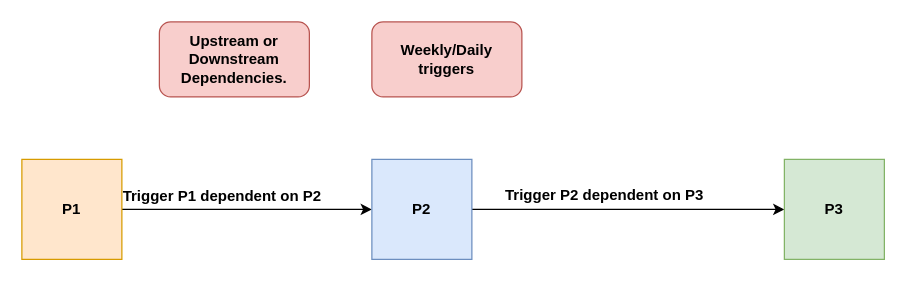
Above: Untitled Diagram.drawio in makhan7/Draw-workflows (draw.io), before the change. Source tidied: cells renumbered, new cells numbered last; positions are measured from the earlier drawing's top-left corner, leaving out a move shared by most shapes. Both pictures are drawn from the tidied source at 125%, with x=0, y=0 at pixel (21, 21).
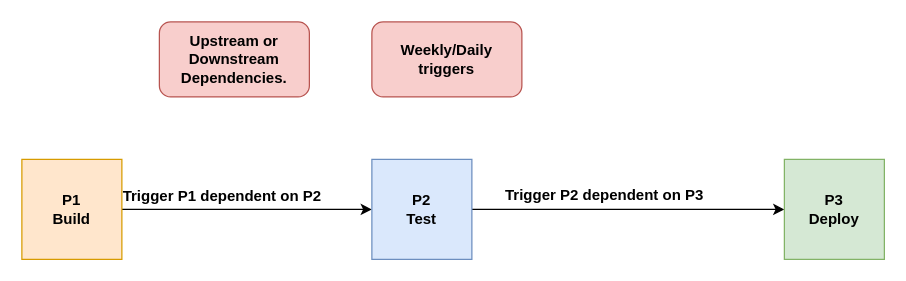
After the change.

What changed in the source:
```diff
@@
 <mxGraphModel>
   <root>
     <mxCell id="0" />
     <mxCell id="1" parent="0" />
     <mxCell id="2" style="edgeStyle=orthogonalEdgeStyle;rounded=0;jettySize=auto;html=1;exitX=1;exitY=0.5;exitDx=0;exitDy=0;entryX=0;entryY=0.5;entryDx=0;entryDy=0;fontStyle=1;" parent="1" edge="1" source="3" target="5">
       <mxGeometry relative="1" as="geometry" />
     </mxCell>
-    <mxCell id="3" value="P1" style="whiteSpace=wrap;html=1;fillColor=#ffe6cc;strokeColor=#d79b00;fontStyle=1;" parent="1" vertex="1">
+    <mxCell id="3" value="&lt;div&gt;P1&lt;/div&gt;&lt;div&gt;Build&lt;br&gt;&lt;/div&gt;" style="whiteSpace=wrap;html=1;fillColor=#ffe6cc;strokeColor=#d79b00;fontStyle=1;" parent="1" vertex="1">
       <mxGeometry y="110" width="80" height="80" as="geometry" />
     </mxCell>
     <mxCell id="4" style="edgeStyle=orthogonalEdgeStyle;rounded=0;jettySize=auto;html=1;exitX=1;exitY=0.5;exitDx=0;exitDy=0;entryX=0;entryY=0.5;entryDx=0;entryDy=0;fontStyle=1;" parent="1" edge="1" source="5" target="6">
       <mxGeometry relative="1" as="geometry" />
     </mxCell>
-    <mxCell id="5" value="P2" style="whiteSpace=wrap;html=1;fillColor=#dae8fc;strokeColor=#6c8ebf;fontStyle=1;" parent="1" vertex="1">
+    <mxCell id="5" value="&lt;div&gt;P2&lt;/div&gt;&lt;div&gt;Test&lt;br&gt;&lt;/div&gt;" style="whiteSpace=wrap;html=1;fillColor=#dae8fc;strokeColor=#6c8ebf;fontStyle=1;" parent="1" vertex="1">
       <mxGeometry x="280" y="110" width="80" height="80" as="geometry" />
     </mxCell>
-    <mxCell id="6" value="P3" style="whiteSpace=wrap;html=1;fillColor=#d5e8d4;strokeColor=#82b366;fontStyle=1;" parent="1" vertex="1">
+    <mxCell id="6" value="&lt;div&gt;P3&lt;/div&gt;&lt;div&gt;Deploy&lt;br&gt;&lt;/div&gt;" style="whiteSpace=wrap;html=1;fillColor=#d5e8d4;strokeColor=#82b366;fontStyle=1;" parent="1" vertex="1">
       <mxGeometry x="610" y="110" width="80" height="80" as="geometry" />
     </mxCell>
     <mxCell id="7" value="Trigger P1 dependent on P2" style="text;html=1;align=center;verticalAlign=middle;strokeColor=none;fontStyle=1;" parent="1" vertex="1">
       <mxGeometry x="75" y="130" width="170" height="20" as="geometry" />
     </mxCell>
     <mxCell id="8" value="Upstream or Downstream Dependencies." style="rounded=1;whiteSpace=wrap;html=1;fillColor=#f8cecc;strokeColor=#b85450;fontStyle=1;" parent="1" vertex="1">
       <mxGeometry x="110" width="120" height="60" as="geometry" />
     </mxCell>
     <mxCell id="9" value="&lt;div&gt;&lt;b&gt;Trigger P2 dependent on P3&lt;/b&gt;&lt;/div&gt;&lt;div&gt;&lt;b&gt;&lt;br&gt;&lt;/b&gt;&lt;/div&gt;" style="text;whiteSpace=wrap;html=1;" parent="1" vertex="1">
       <mxGeometry x="385" y="125" width="180" height="30" as="geometry" />
     </mxCell>
     <mxCell id="10" value="Weekly/Daily triggers" style="rounded=1;whiteSpace=wrap;html=1;fillColor=#f8cecc;strokeColor=#b85450;fontStyle=1;" parent="1" vertex="1">
       <mxGeometry x="280" width="120" height="60" as="geometry" />
     </mxCell>
   </root>
 </mxGraphModel>
```
